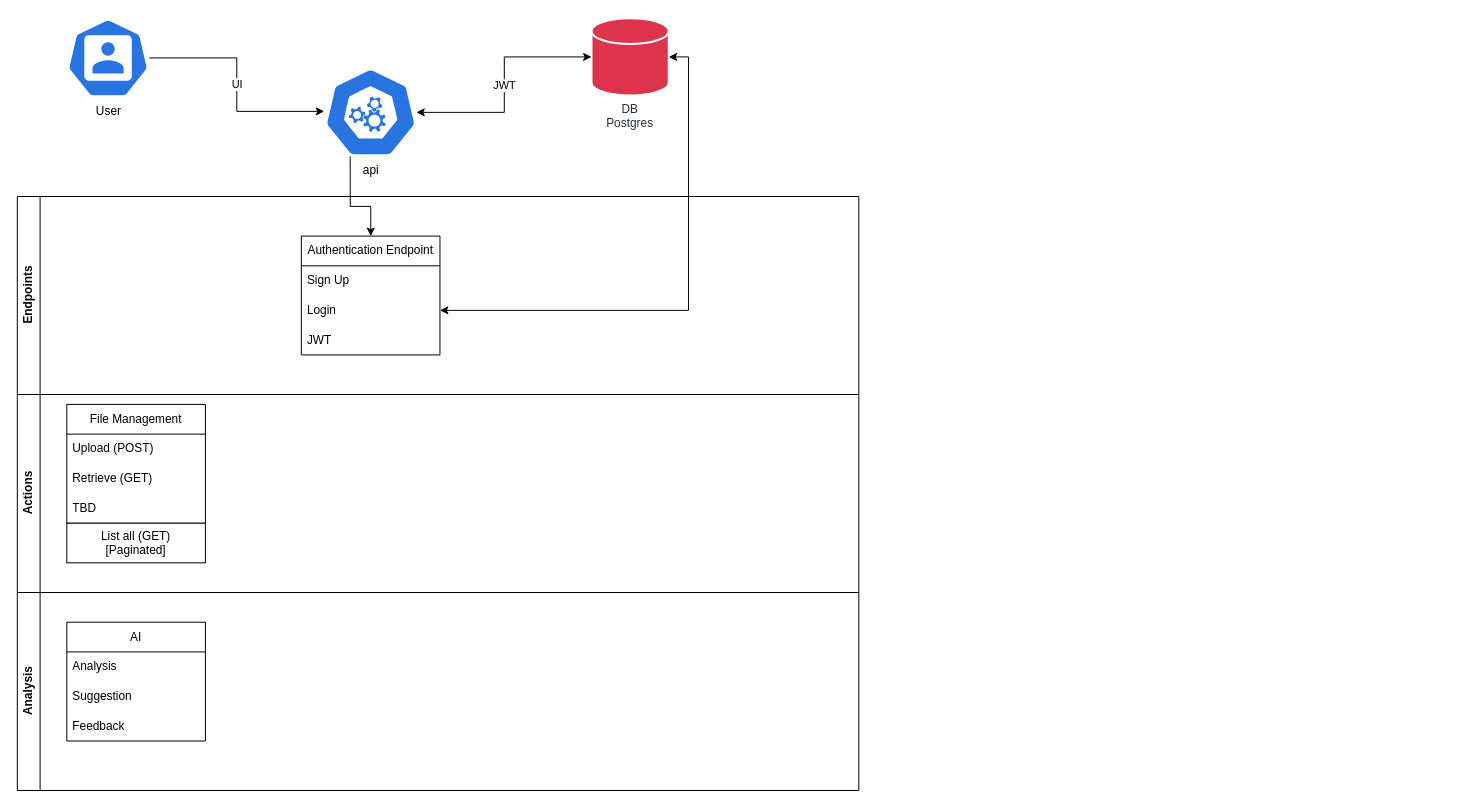
jstoveld/fitty keeps this draw.io diagram as fitty_api.drawio. Above is the earlier version. Source tidied: cells renumbered, new cells numbered last; positions are measured from the earlier drawing's top-left corner, leaving out a move shared by most shapes. Both pictures are drawn from the tidied source at 99%, with x=0, y=0 at pixel (17, 18).
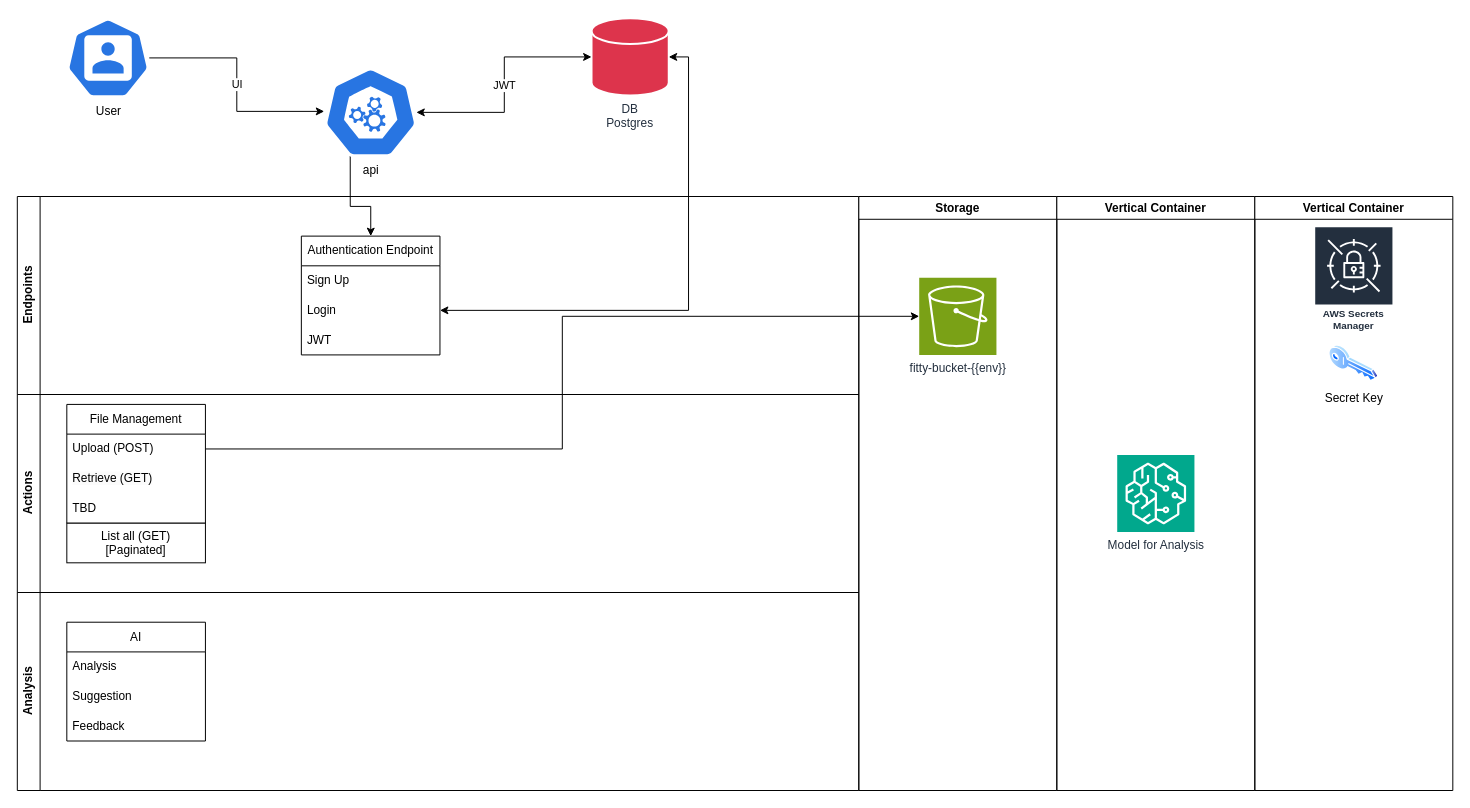
Above is the later version.

Commit message (it also covers changes not shown here):
Updated diagram for secret manager. Context file has been updated and secrets stored as variables. main.py now equipped to collect password from aws secrets manager. Testing to start.

Unchanged cells that the change refers to:
```xml
<mxCell id="15" value="Upload (POST)" style="text;strokeColor=none;fillColor=none;align=left;verticalAlign=middle;spacingLeft=4;spacingRight=4;overflow=hidden;points=[[0,0.5],[1,0.5]];portConstraint=eastwest;whiteSpace=wrap;html=1;" parent="14" vertex="1">
  <mxGeometry y="30" width="140" height="30" as="geometry" />
</mxCell>
```

Change to the diagram source:
```diff
@@
+    <mxCell id="25" value="Storage" style="swimlane;whiteSpace=wrap;html=1;" parent="1" vertex="1">
+      <mxGeometry x="850" y="180" width="200" height="600" as="geometry" />
+    </mxCell>
+    <mxCell id="26" value="fitty-bucket-{{env}}" style="sketch=0;points=[[0,0,0],[0.25,0,0],[0.5,0,0],[0.75,0,0],[1,0,0],[0,1,0],[0.25,1,0],[0.5,1,0],[0.75,1,0],[1,1,0],[0,0.25,0],[0,0.5,0],[0,0.75,0],[1,0.25,0],[1,0.5,0],[1,0.75,0]];outlineConnect=0;fontColor=#232F3E;fillColor=#7AA116;strokeColor=#ffffff;dashed=0;verticalLabelPosition=bottom;verticalAlign=top;align=center;html=1;fontSize=12;fontStyle=0;shape=mxgraph.aws4.resourceIcon;resIcon=mxgraph.aws4.s3;" parent="25" vertex="1">
+      <mxGeometry x="61" y="82" width="78" height="78" as="geometry" />
+    </mxCell>
+    <mxCell id="27" style="edgeStyle=orthogonalEdgeStyle;rounded=0;jettySize=auto;html=1;entryX=0;entryY=0.5;entryDx=0;entryDy=0;entryPerimeter=0;" parent="1" edge="1" source="15" target="26">
+      <mxGeometry relative="1" as="geometry" />
+    </mxCell>
+    <mxCell id="28" value="Vertical Container" style="swimlane;whiteSpace=wrap;html=1;" parent="1" vertex="1">
+      <mxGeometry x="1050" y="180" width="200" height="600" as="geometry" />
+    </mxCell>
+    <mxCell id="29" value="Model for Analysis" style="sketch=0;fontColor=#232F3E;fillColor=#01A88D;strokeColor=#ffffff;dashed=0;verticalLabelPosition=bottom;verticalAlign=top;align=center;html=1;fontSize=12;fontStyle=0;shape=mxgraph.aws4.resourceIcon;resIcon=mxgraph.aws4.sagemaker;" parent="28" vertex="1">
+      <mxGeometry x="61" y="261" width="78" height="78" as="geometry" />
+    </mxCell>
+    <mxCell id="30" value="Vertical Container" style="swimlane;whiteSpace=wrap;html=1;" parent="1" vertex="1">
+      <mxGeometry x="1250" y="180" width="200" height="600" as="geometry" />
+    </mxCell>
+    <mxCell id="31" value="Secret Key" style="image;perimeter=ellipsePerimeter;html=1;align=center;shadow=0;dashed=0;spacingTop=3;image=img/lib/active_directory/key.svg;" parent="30" vertex="1">
+      <mxGeometry x="75" y="150" width="50" height="37" as="geometry" />
+    </mxCell>
+    <mxCell id="32" value="AWS Secrets Manager" style="sketch=0;fontColor=#232F3E;gradientColor=none;strokeColor=#ffffff;fillColor=#232F3E;dashed=0;verticalLabelPosition=middle;verticalAlign=bottom;align=center;html=1;whiteSpace=wrap;fontSize=10;fontStyle=1;spacing=3;shape=mxgraph.aws4.productIcon;prIcon=mxgraph.aws4.secrets_manager;" parent="30" vertex="1">
+      <mxGeometry x="60" y="30" width="80" height="110" as="geometry" />
+    </mxCell>
```
